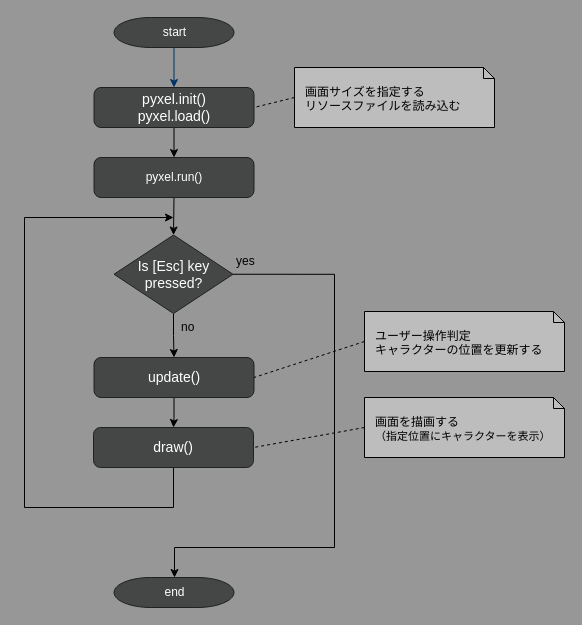
benkyoubox/game keeps this draw.io diagram as docs/images/pyxel_flow.drawio. Above is the earlier version. Source tidied: cells renumbered, new cells numbered last; positions are measured from the earlier drawing's top-left corner, leaving out a move shared by most shapes. Both pictures are drawn from the tidied source at 100%, with x=0, y=0 at pixel (24, 17).
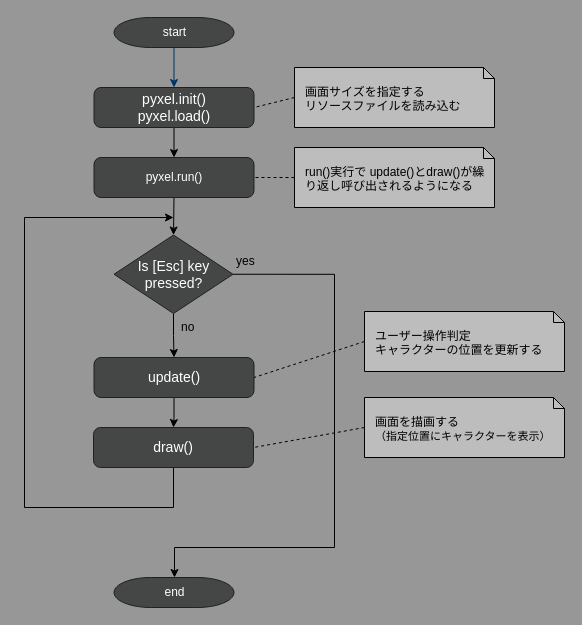
After the change.

Commit message (it also covers changes not shown here):
run()後の説明を追加

Unchanged cells that the change refers to:
```xml
<mxCell id="17" value="&lt;div style=&quot;font-size: 12px;&quot;&gt;pyxel.run()&lt;/div&gt;" style="rounded=1;whiteSpace=wrap;html=1;absoluteArcSize=1;arcSize=14;strokeWidth=1;fontSize=14;fillColor=#454747;strokeColor=#1F2020;fontColor=#FFFFFF;" parent="1" vertex="1">
  <mxGeometry x="69.5" y="140" width="160" height="40" as="geometry" />
</mxCell>
```

The edit, as a diff of the source:
```diff
@@
+    <mxCell id="24" value="run()実行で update()とdraw()が繰り返し呼び出されるようになる" style="shape=note2;boundedLbl=1;whiteSpace=wrap;html=1;size=11;verticalAlign=top;align=left;spacingLeft=9;fillColor=#BDBDBD;" parent="1" vertex="1">
+      <mxGeometry x="270" y="130" width="200" height="60" as="geometry" />
+    </mxCell>
+    <mxCell id="25" style="edgeStyle=none;rounded=0;jettySize=auto;html=1;exitX=0;exitY=0.5;exitDx=0;exitDy=0;exitPerimeter=0;entryX=1;entryY=0.5;entryDx=0;entryDy=0;endArrow=none;endFill=0;dashed=1;" parent="1" edge="1" source="24" target="17">
+      <mxGeometry relative="1" as="geometry" />
+    </mxCell>
```
